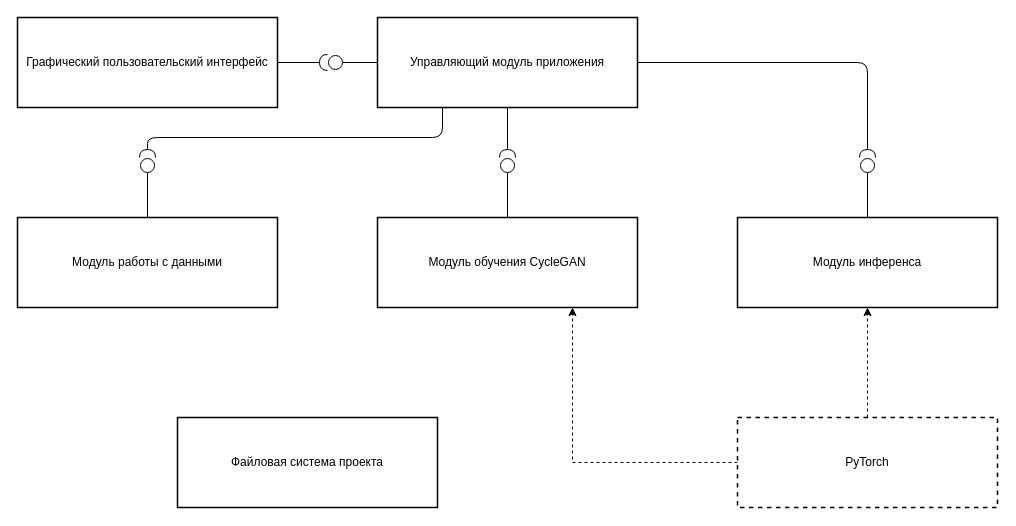
6N-1-K9/style_transfer_web keeps this draw.io diagram as diograms/component_diogram.drawio. Above is the earlier version. Source tidied: cells renumbered, new cells numbered last; positions are measured from the earlier drawing's top-left corner, leaving out a move shared by most shapes. Both pictures are drawn from the tidied source at 100%, with x=0, y=0 at pixel (17, 17).
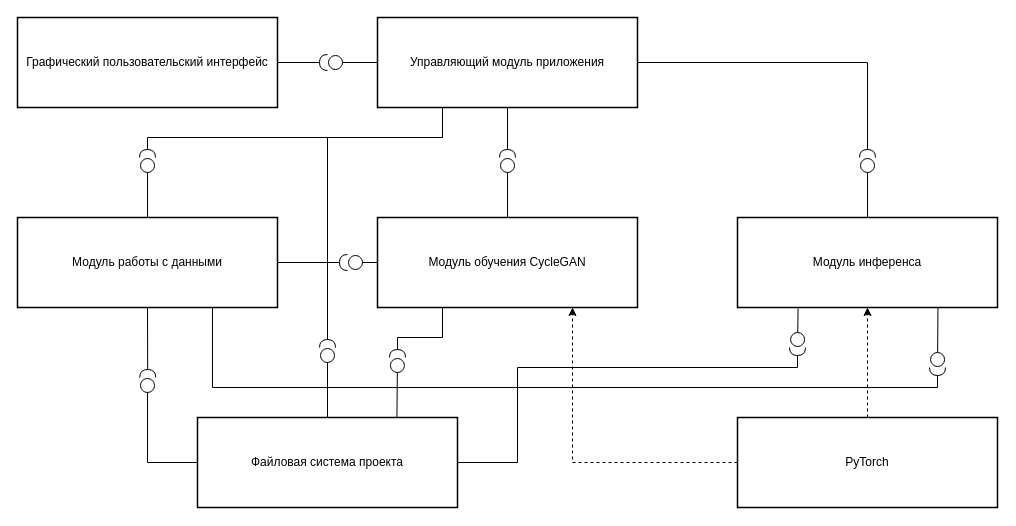
Above is the later version.

Commit message (it also covers changes not shown here):
use_case_add

The change refers to these unchanged cells:
```xml
<mxCell id="3" value="Графический пользовательский интерфейс" style="rounded=0;whiteSpace=wrap;html=1;strokeWidth=1.5;" parent="1" vertex="1">
  <mxGeometry width="260" height="90" as="geometry" />
</mxCell>
<mxCell id="8" value="Управляющий модуль приложения" style="rounded=0;whiteSpace=wrap;html=1;strokeWidth=1.5;" parent="1" vertex="1">
  <mxGeometry x="360" width="260" height="90" as="geometry" />
</mxCell>
<mxCell id="10" value="Модуль обучения CycleGAN" style="rounded=0;whiteSpace=wrap;html=1;strokeWidth=1.5;" parent="1" vertex="1">
  <mxGeometry x="360" y="200" width="260" height="90" as="geometry" />
</mxCell>
<mxCell id="12" value="Модуль инференса" style="rounded=0;whiteSpace=wrap;html=1;strokeWidth=1.5;" parent="1" vertex="1">
  <mxGeometry x="720" y="200" width="260" height="90" as="geometry" />
</mxCell>
<mxCell id="14" value="Модуль работы с данными" style="rounded=0;whiteSpace=wrap;html=1;strokeWidth=1.5;" parent="1" vertex="1">
  <mxGeometry y="200" width="260" height="90" as="geometry" />
</mxCell>
```

Diff of the diagram source:
```diff
@@
-    <mxCell id="2" style="edgeStyle=none;html=1;exitX=1;exitY=0.5;exitDx=0;exitDy=0;endArrow=halfCircle;endFill=0;" parent="1" edge="1" source="3">
+    <mxCell id="2" style="edgeStyle=none;html=1;exitX=1;exitY=0.5;exitDx=0;exitDy=0;endArrow=halfCircle;endFill=0;rounded=0;curved=0;" parent="1" edge="1" source="3">
       <mxGeometry relative="1" as="geometry">
         <mxPoint x="310" y="45" as="targetPoint" />
       </mxGeometry>
     </mxCell>
@@
-    <mxCell id="4" style="edgeStyle=none;html=1;endArrow=circle;endFill=0;" parent="1" edge="1" source="8">
+    <mxCell id="4" style="edgeStyle=none;html=1;endArrow=circle;endFill=0;rounded=0;curved=0;" parent="1" edge="1" source="8">
       <mxGeometry relative="1" as="geometry">
         <mxPoint x="310" y="45" as="targetPoint" />
       </mxGeometry>
     </mxCell>
-    <mxCell id="5" style="edgeStyle=none;html=1;exitX=0.5;exitY=1;exitDx=0;exitDy=0;endArrow=halfCircle;endFill=0;" parent="1" edge="1" source="8">
+    <mxCell id="5" style="edgeStyle=none;html=1;exitX=0.5;exitY=1;exitDx=0;exitDy=0;endArrow=halfCircle;endFill=0;rounded=0;curved=0;" parent="1" edge="1" source="8">
       <mxGeometry relative="1" as="geometry">
         <mxPoint x="490" y="140" as="targetPoint" />
       </mxGeometry>
     </mxCell>
-    <mxCell id="6" style="edgeStyle=none;html=1;exitX=1;exitY=0.5;exitDx=0;exitDy=0;endArrow=halfCircle;endFill=0;" parent="1" edge="1" source="8">
+    <mxCell id="6" style="edgeStyle=none;html=1;exitX=1;exitY=0.5;exitDx=0;exitDy=0;endArrow=halfCircle;endFill=0;rounded=0;curved=0;" parent="1" edge="1" source="8">
       <mxGeometry relative="1" as="geometry">
         <mxPoint x="850" y="140" as="targetPoint" />
         <Array as="points">
           <mxPoint x="850" y="45" />
         </Array>
       </mxGeometry>
     </mxCell>
-    <mxCell id="7" style="edgeStyle=none;html=1;exitX=0.25;exitY=1;exitDx=0;exitDy=0;endArrow=halfCircle;endFill=0;" parent="1" edge="1" source="8">
+    <mxCell id="7" style="edgeStyle=none;html=1;exitX=0.25;exitY=1;exitDx=0;exitDy=0;endArrow=halfCircle;endFill=0;rounded=0;curved=0;" parent="1" edge="1" source="8">
       <mxGeometry relative="1" as="geometry">
         <mxPoint x="130" y="140" as="targetPoint" />
         <Array as="points">
           <mxPoint x="425" y="120" />
           <mxPoint x="130" y="120" />
         </Array>
       </mxGeometry>
     </mxCell>
+    <mxCell id="19" style="edgeStyle=none;html=1;exitX=0.25;exitY=1;exitDx=0;exitDy=0;endArrow=halfCircle;endFill=0;rounded=0;curved=0;" parent="1" edge="1" source="8">
+      <mxGeometry relative="1" as="geometry">
+        <mxPoint x="310" y="330" as="targetPoint" />
+        <Array as="points">
+          <mxPoint x="425" y="120" />
+          <mxPoint x="310" y="120" />
+        </Array>
+      </mxGeometry>
+    </mxCell>
@@
-    <mxCell id="9" style="edgeStyle=none;html=1;exitX=0.5;exitY=0;exitDx=0;exitDy=0;endArrow=circle;endFill=0;" parent="1" edge="1" source="10">
+    <mxCell id="9" style="edgeStyle=none;html=1;exitX=0.5;exitY=0;exitDx=0;exitDy=0;endArrow=circle;endFill=0;rounded=0;curved=0;" parent="1" edge="1" source="10">
       <mxGeometry relative="1" as="geometry">
         <mxPoint x="490" y="140" as="targetPoint" />
       </mxGeometry>
     </mxCell>
+    <mxCell id="20" style="edgeStyle=none;html=1;endArrow=circle;endFill=0;rounded=0;curved=0;" parent="1" edge="1" source="10">
+      <mxGeometry relative="1" as="geometry">
+        <mxPoint x="330" y="245" as="targetPoint" />
+      </mxGeometry>
+    </mxCell>
+    <mxCell id="21" style="edgeStyle=none;html=1;exitX=0.25;exitY=1;exitDx=0;exitDy=0;endArrow=halfCircle;endFill=0;rounded=0;curved=0;" parent="1" edge="1" source="10">
+      <mxGeometry relative="1" as="geometry">
+        <mxPoint x="380" y="340" as="targetPoint" />
+        <Array as="points">
+          <mxPoint x="425" y="320" />
+          <mxPoint x="380" y="320" />
+        </Array>
+      </mxGeometry>
+    </mxCell>
@@
-    <mxCell id="11" style="edgeStyle=none;html=1;exitX=0.5;exitY=0;exitDx=0;exitDy=0;endArrow=circle;endFill=0;" parent="1" edge="1" source="12">
+    <mxCell id="11" style="edgeStyle=none;html=1;exitX=0.5;exitY=0;exitDx=0;exitDy=0;endArrow=circle;endFill=0;rounded=0;curved=0;" parent="1" edge="1" source="12">
       <mxGeometry relative="1" as="geometry">
         <mxPoint x="850" y="140" as="targetPoint" />
       </mxGeometry>
     </mxCell>
+    <mxCell id="22" style="edgeStyle=none;html=1;exitX=0.771;exitY=1.006;exitDx=0;exitDy=0;endArrow=circle;endFill=0;exitPerimeter=0;rounded=0;curved=0;" parent="1" edge="1" source="12">
+      <mxGeometry relative="1" as="geometry">
+        <mxPoint x="920" y="350" as="targetPoint" />
+      </mxGeometry>
+    </mxCell>
+    <mxCell id="23" style="edgeStyle=none;html=1;exitX=0.233;exitY=1.009;exitDx=0;exitDy=0;endArrow=circle;endFill=0;exitPerimeter=0;rounded=0;curved=0;" parent="1" edge="1" source="12">
+      <mxGeometry relative="1" as="geometry">
+        <mxPoint x="780" y="330" as="targetPoint" />
+      </mxGeometry>
+    </mxCell>
@@
-    <mxCell id="13" style="edgeStyle=none;html=1;exitX=0.5;exitY=0;exitDx=0;exitDy=0;endArrow=circle;endFill=0;" parent="1" edge="1" source="14">
+    <mxCell id="13" style="edgeStyle=none;html=1;exitX=0.5;exitY=0;exitDx=0;exitDy=0;endArrow=circle;endFill=0;rounded=0;curved=0;" parent="1" edge="1" source="14">
       <mxGeometry relative="1" as="geometry">
         <mxPoint x="130" y="140" as="targetPoint" />
       </mxGeometry>
     </mxCell>
+    <mxCell id="24" style="edgeStyle=none;html=1;exitX=1;exitY=0.5;exitDx=0;exitDy=0;endArrow=halfCircle;endFill=0;rounded=0;curved=0;" parent="1" edge="1" source="14">
+      <mxGeometry relative="1" as="geometry">
+        <mxPoint x="330" y="245" as="targetPoint" />
+      </mxGeometry>
+    </mxCell>
+    <mxCell id="25" style="edgeStyle=none;html=1;exitX=0.75;exitY=1;exitDx=0;exitDy=0;endArrow=halfCircle;endFill=0;rounded=0;curved=0;" parent="1" edge="1" source="14">
+      <mxGeometry relative="1" as="geometry">
+        <mxPoint x="920" y="350" as="targetPoint" />
+        <Array as="points">
+          <mxPoint x="195" y="370" />
+          <mxPoint x="920" y="370" />
+        </Array>
+      </mxGeometry>
+    </mxCell>
+    <mxCell id="26" style="edgeStyle=none;html=1;exitX=0.5;exitY=1;exitDx=0;exitDy=0;endArrow=halfCircle;endFill=0;rounded=0;curved=0;" parent="1" edge="1" source="14">
+      <mxGeometry relative="1" as="geometry">
+        <mxPoint x="130.2" y="360" as="targetPoint" />
+      </mxGeometry>
+    </mxCell>
@@
+    <mxCell id="27" style="edgeStyle=none;html=1;exitX=0.5;exitY=0;exitDx=0;exitDy=0;endArrow=circle;endFill=0;rounded=0;curved=0;" parent="1" edge="1" source="15">
+      <mxGeometry relative="1" as="geometry">
+        <mxPoint x="310" y="330" as="targetPoint" />
+      </mxGeometry>
+    </mxCell>
+    <mxCell id="28" style="edgeStyle=none;html=1;exitX=0.767;exitY=-0.005;exitDx=0;exitDy=0;endArrow=circle;endFill=0;exitPerimeter=0;rounded=0;curved=0;" parent="1" edge="1" source="15">
+      <mxGeometry relative="1" as="geometry">
+        <mxPoint x="380" y="340" as="targetPoint" />
+      </mxGeometry>
+    </mxCell>
+    <mxCell id="29" style="edgeStyle=none;html=1;exitX=1;exitY=0.5;exitDx=0;exitDy=0;endArrow=halfCircle;endFill=0;rounded=0;curved=0;" parent="1" edge="1" source="15">
+      <mxGeometry relative="1" as="geometry">
+        <mxPoint x="780" y="330" as="targetPoint" />
+        <Array as="points">
+          <mxPoint x="500" y="445" />
+          <mxPoint x="500" y="350" />
+          <mxPoint x="780" y="350" />
+        </Array>
+      </mxGeometry>
+    </mxCell>
+    <mxCell id="30" style="edgeStyle=none;html=1;exitX=0;exitY=0.5;exitDx=0;exitDy=0;endArrow=circle;endFill=0;rounded=0;curved=0;" parent="1" edge="1" source="15">
+      <mxGeometry relative="1" as="geometry">
+        <mxPoint x="130" y="360" as="targetPoint" />
+        <Array as="points">
+          <mxPoint x="130" y="445" />
+        </Array>
+      </mxGeometry>
+    </mxCell>
     <mxCell id="15" value="Файловая система проекта" style="rounded=0;whiteSpace=wrap;html=1;strokeWidth=1.5;" parent="1" vertex="1">
-      <mxGeometry x="160" y="400" width="260" height="90" as="geometry" />
+      <mxGeometry x="180" y="400" width="260" height="90" as="geometry" />
     </mxCell>
@@
-    <mxCell id="17" style="edgeStyle=none;html=1;exitX=0.5;exitY=0;exitDx=0;exitDy=0;entryX=0.5;entryY=1;entryDx=0;entryDy=0;dashed=1;" parent="1" edge="1" source="18">
+    <mxCell id="17" style="edgeStyle=none;html=1;exitX=0.5;exitY=0;exitDx=0;exitDy=0;entryX=0.5;entryY=1;entryDx=0;entryDy=0;dashed=1;rounded=0;curved=0;" parent="1" edge="1" source="18">
       <mxGeometry relative="1" as="geometry">
         <mxPoint x="850" y="290" as="targetPoint" />
       </mxGeometry>
     </mxCell>
-    <mxCell id="18" value="PyTorch" style="rounded=0;whiteSpace=wrap;html=1;strokeWidth=1.5;dashed=1;" parent="1" vertex="1">
+    <mxCell id="18" value="PyTorch" style="rounded=0;whiteSpace=wrap;html=1;strokeWidth=1.5;" parent="1" vertex="1">
       <mxGeometry x="720" y="400" width="260" height="90" as="geometry" />
     </mxCell>
```
